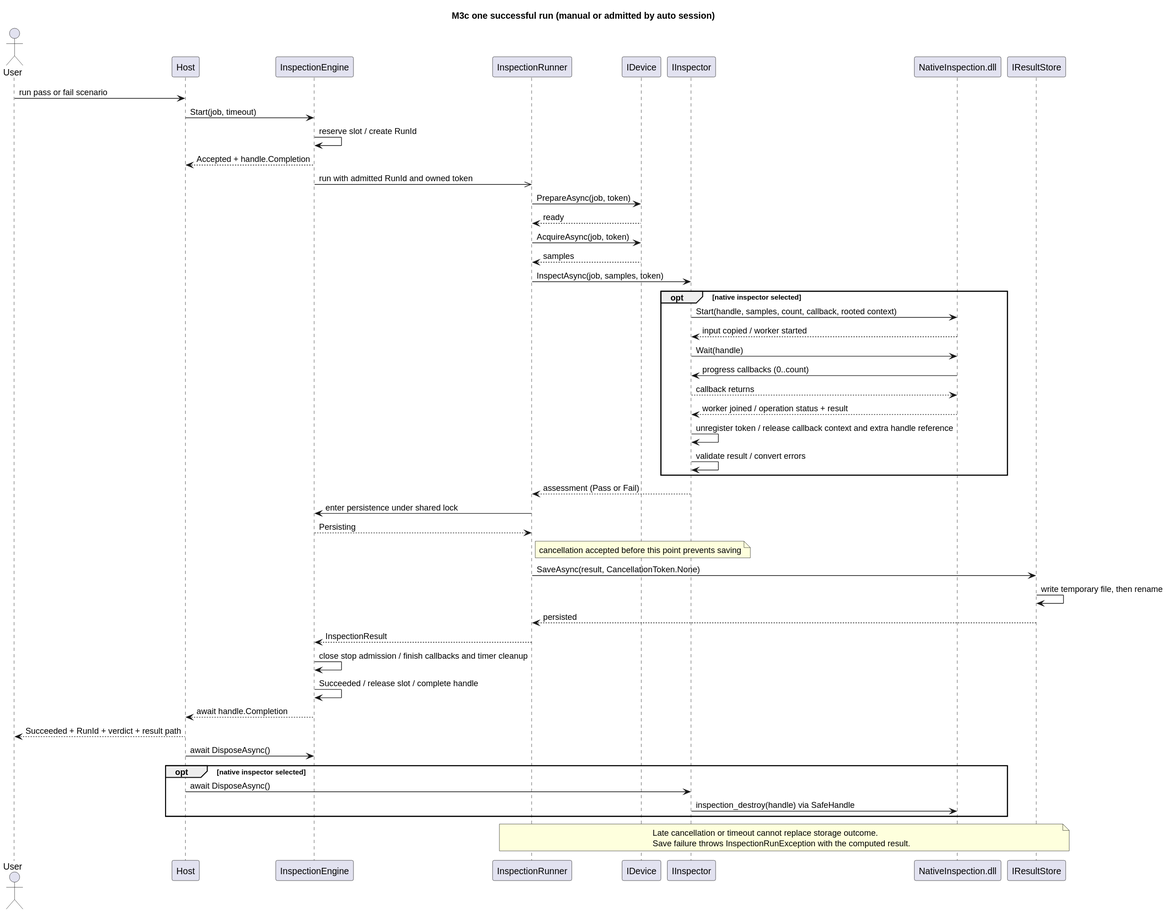
Earlier version of the PlantUML export docs/diagrams/generated/run-sequence.svg (Myoungmin/CSharp-InspectionCore-Lab). Its source is kept beside it as docs/diagrams/run-sequence.puml. Its diagram source:
```plantuml
@startuml run-sequence
title M3c one successful run (manual or admitted by auto session)
actor User
participant Host
participant InspectionEngine as Engine
participant InspectionRunner as Runner
participant IDevice as Device
participant IInspector as Inspector
participant "NativeInspection.dll" as DLL
participant IResultStore as Store
User -> Host : run pass or fail scenario
Host -> Engine : Start(job, timeout)
Engine -> Engine : reserve slot / create RunId
Engine --> Host : Accepted + handle.Completion
Engine ->> Runner : run with admitted RunId and owned token
Runner -> Device : PrepareAsync(job, token)
Device --> Runner : ready
Runner -> Device : AcquireAsync(job, token)
Device --> Runner : samples
Runner -> Inspector : InspectAsync(job, samples, token)
opt native inspector selected
Inspector -> DLL : Start(handle, samples, count, callback, rooted context)
DLL --> Inspector : input copied / worker started
Inspector -> DLL : Wait(handle)
DLL -> Inspector : progress callbacks (0..count)
Inspector --> DLL : callback returns
DLL --> Inspector : worker joined / operation status + result
Inspector -> Inspector : unregister token / release callback context and extra handle reference
Inspector -> Inspector : validate result / convert errors
end
Inspector --> Runner : assessment (Pass or Fail)
Runner -> Engine : enter persistence under shared lock
Engine --> Runner : Persisting
note right of Runner : cancellation accepted before this point prevents saving
Runner -> Store : SaveAsync(result, CancellationToken.None)
Store -> Store : write temporary file, then rename
Store --> Runner : persisted
Runner --> Engine : InspectionResult
Engine -> Engine : close stop admission / finish callbacks and timer cleanup
Engine -> Engine : Succeeded / release slot / complete handle
Engine --> Host : await handle.Completion
Host --> User : Succeeded + RunId + verdict + result path
Host -> Engine : await DisposeAsync()
opt native inspector selected
Host -> Inspector : await DisposeAsync()
Inspector -> DLL : inspection_destroy(handle) via SafeHandle
end
note over Runner, Store
Late cancellation or timeout cannot replace storage outcome.
Save failure throws InspectionRunException with the computed result.
end note
@enduml
```
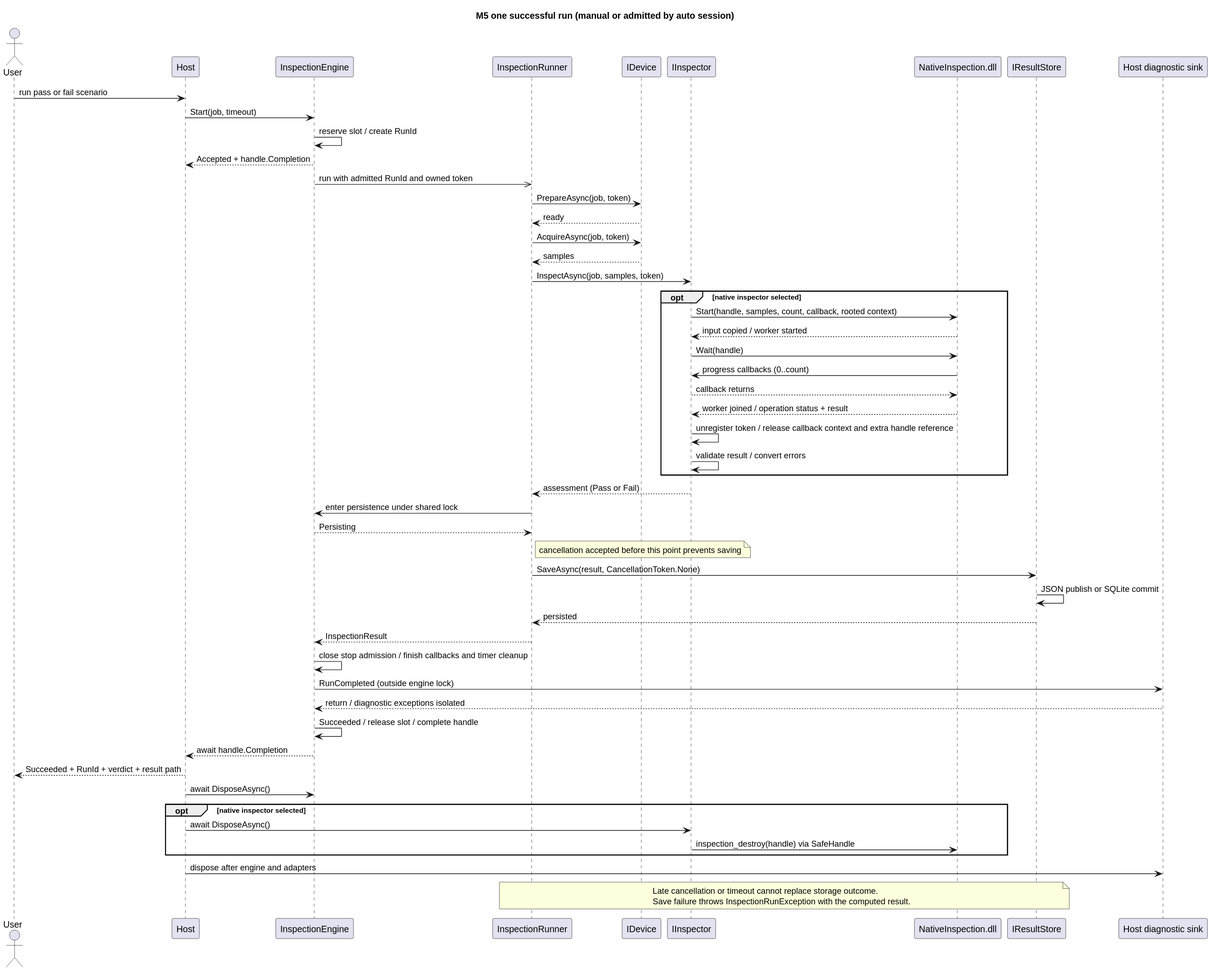
The same diagram one commit later.

What changed in the source:
```diff
@@ -1,5 +1,5 @@
 @startuml run-sequence
-title M3c one successful run (manual or admitted by auto session)
+title M5 one successful run (manual or admitted by auto session)
 actor User
 participant Host
 participant InspectionEngine as Engine
@@ -8,6 +8,7 @@
 participant IInspector as Inspector
 participant "NativeInspection.dll" as DLL
 participant IResultStore as Store
+participant "Host diagnostic sink" as Log
 User -> Host : run pass or fail scenario
 Host -> Engine : Start(job, timeout)
 Engine -> Engine : reserve slot / create RunId
@@ -33,10 +34,12 @@
 Engine --> Runner : Persisting
 note right of Runner : cancellation accepted before this point prevents saving
 Runner -> Store : SaveAsync(result, CancellationToken.None)
-Store -> Store : write temporary file, then rename
+Store -> Store : JSON publish or SQLite commit
 Store --> Runner : persisted
 Runner --> Engine : InspectionResult
 Engine -> Engine : close stop admission / finish callbacks and timer cleanup
+Engine -> Log : RunCompleted (outside engine lock)
+Log --> Engine : return / diagnostic exceptions isolated
 Engine -> Engine : Succeeded / release slot / complete handle
 Engine --> Host : await handle.Completion
 Host --> User : Succeeded + RunId + verdict + result path
@@ -45,6 +48,7 @@
 Host -> Inspector : await DisposeAsync()
 Inspector -> DLL : inspection_destroy(handle) via SafeHandle
 end
+Host -> Log : dispose after engine and adapters
 note over Runner, Store
 Late cancellation or timeout cannot replace storage outcome.
 Save failure throws InspectionRunException with the computed result.
```
